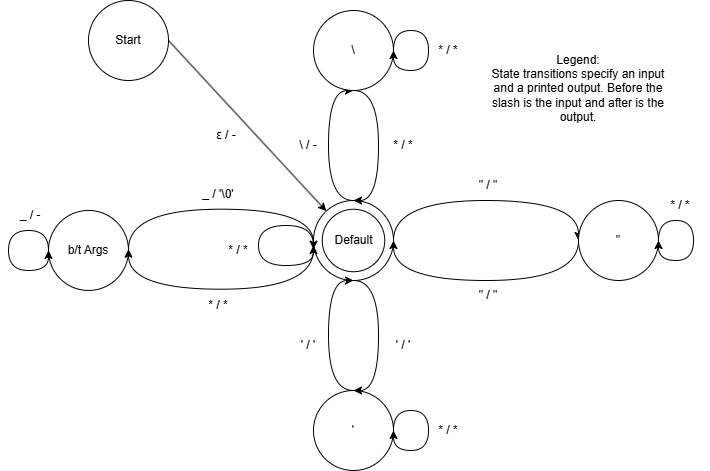
The draw.io diagram docs/diagrams/command_parser.png in breponte/Unix-shell, before a commit. Source tidied: cells renumbered, new cells last; positions are measured from the earlier drawing's top-left corner, leaving out a move shared by most shapes. Its diagram source:
```xml
<mxGraphModel>
  <root>
    <mxCell id="0" />
    <mxCell id="1" parent="0" />
    <mxCell id="2" style="rounded=0;jettySize=auto;html=1;exitX=1;exitY=0.5;exitDx=0;exitDy=0;" parent="1" edge="1" source="3" target="6">
      <mxGeometry relative="1" as="geometry" />
    </mxCell>
    <mxCell id="3" value="Start" style="ellipse;whiteSpace=wrap;html=1;" parent="1" vertex="1">
      <mxGeometry x="88" width="80" height="80" as="geometry" />
    </mxCell>
    <mxCell id="4" style="edgeStyle=orthogonalEdgeStyle;rounded=0;jettySize=auto;html=1;exitX=0.5;exitY=0;exitDx=0;exitDy=0;entryX=0.5;entryY=1;entryDx=0;entryDy=0;curved=1;" parent="1" edge="1" source="6" target="8">
      <mxGeometry relative="1" as="geometry">
        <Array as="points">
          <mxPoint x="328" y="200" />
          <mxPoint x="328" y="90" />
        </Array>
      </mxGeometry>
    </mxCell>
    <mxCell id="5" style="edgeStyle=orthogonalEdgeStyle;rounded=0;jettySize=auto;html=1;exitX=1;exitY=0.5;exitDx=0;exitDy=0;entryX=0;entryY=0.5;entryDx=0;entryDy=0;elbow=vertical;curved=1;" parent="1" edge="1" source="6" target="11">
      <mxGeometry relative="1" as="geometry">
        <Array as="points">
          <mxPoint x="393" y="200" />
          <mxPoint x="578" y="200" />
        </Array>
      </mxGeometry>
    </mxCell>
    <mxCell id="6" value="Default" style="ellipse;whiteSpace=wrap;html=1;" parent="1" vertex="1">
      <mxGeometry x="313" y="200" width="80" height="80" as="geometry" />
    </mxCell>
    <mxCell id="7" style="edgeStyle=orthogonalEdgeStyle;rounded=0;jettySize=auto;html=1;exitX=0.5;exitY=1;exitDx=0;exitDy=0;entryX=0.5;entryY=0;entryDx=0;entryDy=0;curved=1;" parent="1" edge="1" source="8" target="6">
      <mxGeometry relative="1" as="geometry">
        <Array as="points">
          <mxPoint x="378" y="90" />
          <mxPoint x="378" y="200" />
        </Array>
      </mxGeometry>
    </mxCell>
    <mxCell id="8" value="\" style="ellipse;whiteSpace=wrap;html=1;" parent="1" vertex="1">
      <mxGeometry x="313" y="10" width="80" height="80" as="geometry" />
    </mxCell>
    <mxCell id="9" value="'" style="ellipse;whiteSpace=wrap;html=1;" parent="1" vertex="1">
      <mxGeometry x="313" y="390" width="80" height="80" as="geometry" />
    </mxCell>
    <mxCell id="10" style="edgeStyle=orthogonalEdgeStyle;rounded=0;jettySize=auto;html=1;exitX=0;exitY=0.5;exitDx=0;exitDy=0;entryX=1;entryY=0.5;entryDx=0;entryDy=0;curved=1;" parent="1" edge="1" source="11" target="6">
      <mxGeometry relative="1" as="geometry">
        <Array as="points">
          <mxPoint x="578" y="280" />
          <mxPoint x="393" y="280" />
        </Array>
      </mxGeometry>
    </mxCell>
    <mxCell id="11" value="&quot;" style="ellipse;whiteSpace=wrap;html=1;" parent="1" vertex="1">
      <mxGeometry x="578" y="200" width="80" height="80" as="geometry" />
    </mxCell>
    <mxCell id="12" style="edgeStyle=orthogonalEdgeStyle;rounded=0;orthogonalLoop=1;jettySize=auto;html=1;exitX=0.5;exitY=0;exitDx=0;exitDy=0;entryX=0.5;entryY=1;entryDx=0;entryDy=0;curved=1;" parent="1" edge="1">
      <mxGeometry relative="1" as="geometry">
        <mxPoint x="353" y="390" as="sourcePoint" />
        <mxPoint x="353" y="280" as="targetPoint" />
        <Array as="points">
          <mxPoint x="328" y="390" />
          <mxPoint x="328" y="280" />
        </Array>
      </mxGeometry>
    </mxCell>
    <mxCell id="13" style="edgeStyle=orthogonalEdgeStyle;rounded=0;orthogonalLoop=1;jettySize=auto;html=1;exitX=0.5;exitY=1;exitDx=0;exitDy=0;entryX=0.5;entryY=0;entryDx=0;entryDy=0;curved=1;" parent="1" edge="1">
      <mxGeometry relative="1" as="geometry">
        <mxPoint x="353" y="280" as="sourcePoint" />
        <mxPoint x="353" y="390" as="targetPoint" />
        <Array as="points">
          <mxPoint x="378" y="280" />
          <mxPoint x="378" y="390" />
        </Array>
      </mxGeometry>
    </mxCell>
    <mxCell id="14" value="ε / -" style="text;html=1;whiteSpace=wrap;strokeColor=none;fillColor=none;align=center;verticalAlign=middle;rounded=0;" parent="1" vertex="1">
      <mxGeometry x="195.5" y="120" width="60" height="30" as="geometry" />
    </mxCell>
    <mxCell id="15" value="\ / -" style="text;html=1;whiteSpace=wrap;strokeColor=none;fillColor=none;align=center;verticalAlign=middle;rounded=0;" parent="1" vertex="1">
      <mxGeometry x="278" y="130" width="60" height="30" as="geometry" />
    </mxCell>
    <mxCell id="16" value="* / *" style="text;html=1;whiteSpace=wrap;strokeColor=none;fillColor=none;align=center;verticalAlign=middle;rounded=0;" parent="1" vertex="1">
      <mxGeometry x="373" y="130" width="60" height="30" as="geometry" />
    </mxCell>
    <mxCell id="17" value="' / '" style="text;html=1;whiteSpace=wrap;strokeColor=none;fillColor=none;align=center;verticalAlign=middle;rounded=0;" parent="1" vertex="1">
      <mxGeometry x="278" y="330" width="60" height="30" as="geometry" />
    </mxCell>
    <mxCell id="18" value="' / '" style="text;html=1;whiteSpace=wrap;strokeColor=none;fillColor=none;align=center;verticalAlign=middle;rounded=0;" parent="1" vertex="1">
      <mxGeometry x="373" y="330" width="60" height="30" as="geometry" />
    </mxCell>
    <mxCell id="19" value="&quot; / &quot;" style="text;html=1;whiteSpace=wrap;strokeColor=none;fillColor=none;align=center;verticalAlign=middle;rounded=0;" parent="1" vertex="1">
      <mxGeometry x="458" y="170" width="60" height="30" as="geometry" />
    </mxCell>
    <mxCell id="20" value="&quot; / &quot;" style="text;html=1;whiteSpace=wrap;strokeColor=none;fillColor=none;align=center;verticalAlign=middle;rounded=0;" parent="1" vertex="1">
      <mxGeometry x="458" y="280" width="60" height="30" as="geometry" />
    </mxCell>
    <mxCell id="21" value="Default" style="ellipse;whiteSpace=wrap;html=1;" parent="1" vertex="1">
      <mxGeometry x="321.8" y="208.8" width="62.5" height="62.5" as="geometry" />
    </mxCell>
    <mxCell id="22" value="* / *" style="text;html=1;whiteSpace=wrap;strokeColor=none;fillColor=none;align=center;verticalAlign=middle;rounded=0;" parent="1" vertex="1">
      <mxGeometry x="208" y="234.9" width="60" height="30" as="geometry" />
    </mxCell>
    <mxCell id="23" style="edgeStyle=orthogonalEdgeStyle;rounded=0;orthogonalLoop=1;jettySize=auto;html=1;exitX=1;exitY=0.5;exitDx=0;exitDy=0;entryX=1;entryY=0.5;entryDx=0;entryDy=0;curved=1;" parent="1" edge="1" source="8" target="8">
      <mxGeometry relative="1" as="geometry">
        <Array as="points">
          <mxPoint x="393" y="30" />
          <mxPoint x="428" y="30" />
          <mxPoint x="428" y="70" />
          <mxPoint x="393" y="70" />
        </Array>
      </mxGeometry>
    </mxCell>
    <mxCell id="24" value="* / *" style="text;html=1;whiteSpace=wrap;strokeColor=none;fillColor=none;align=center;verticalAlign=middle;rounded=0;" parent="1" vertex="1">
      <mxGeometry x="418" y="35" width="60" height="30" as="geometry" />
    </mxCell>
    <mxCell id="25" style="edgeStyle=orthogonalEdgeStyle;rounded=0;orthogonalLoop=1;jettySize=auto;html=1;exitX=1;exitY=0.5;exitDx=0;exitDy=0;entryX=1;entryY=0.5;entryDx=0;entryDy=0;curved=1;" parent="1" edge="1">
      <mxGeometry relative="1" as="geometry">
        <mxPoint x="658" y="240" as="sourcePoint" />
        <mxPoint x="658" y="240" as="targetPoint" />
        <Array as="points">
          <mxPoint x="658" y="220" />
          <mxPoint x="693" y="220" />
          <mxPoint x="693" y="260" />
          <mxPoint x="658" y="260" />
        </Array>
      </mxGeometry>
    </mxCell>
    <mxCell id="26" value="* / *" style="text;html=1;whiteSpace=wrap;strokeColor=none;fillColor=none;align=center;verticalAlign=middle;rounded=0;" parent="1" vertex="1">
      <mxGeometry x="650" y="190" width="60" height="30" as="geometry" />
    </mxCell>
    <mxCell id="27" style="edgeStyle=orthogonalEdgeStyle;rounded=0;orthogonalLoop=1;jettySize=auto;html=1;exitX=1;exitY=0.5;exitDx=0;exitDy=0;entryX=1;entryY=0.5;entryDx=0;entryDy=0;curved=1;" parent="1" edge="1">
      <mxGeometry relative="1" as="geometry">
        <mxPoint x="393" y="430" as="sourcePoint" />
        <mxPoint x="393" y="430" as="targetPoint" />
        <Array as="points">
          <mxPoint x="393" y="410" />
          <mxPoint x="428" y="410" />
          <mxPoint x="428" y="450" />
          <mxPoint x="393" y="450" />
        </Array>
      </mxGeometry>
    </mxCell>
    <mxCell id="28" value="* / *" style="text;html=1;whiteSpace=wrap;strokeColor=none;fillColor=none;align=center;verticalAlign=middle;rounded=0;" parent="1" vertex="1">
      <mxGeometry x="418" y="415" width="60" height="30" as="geometry" />
    </mxCell>
    <mxCell id="29" value="Legend:&lt;div&gt;State transitions specify an input and a printed output. Before the slash is the input and after is the output.&lt;/div&gt;" style="text;html=1;whiteSpace=wrap;strokeColor=none;fillColor=none;align=center;verticalAlign=middle;rounded=0;" parent="1" vertex="1">
      <mxGeometry x="488" y="25" width="180" height="125" as="geometry" />
    </mxCell>
    <mxCell id="30" value="b/t Args" style="ellipse;whiteSpace=wrap;html=1;" parent="1" vertex="1">
      <mxGeometry x="48" y="209.9" width="80" height="80" as="geometry" />
    </mxCell>
    <mxCell id="31" style="edgeStyle=orthogonalEdgeStyle;rounded=0;orthogonalLoop=1;jettySize=auto;html=1;exitX=1;exitY=0.5;exitDx=0;exitDy=0;entryX=0;entryY=0.5;entryDx=0;entryDy=0;elbow=vertical;curved=1;" parent="1" edge="1">
      <mxGeometry relative="1" as="geometry">
        <mxPoint x="128" y="248.7" as="sourcePoint" />
        <mxPoint x="313" y="248.7" as="targetPoint" />
        <Array as="points">
          <mxPoint x="128" y="208.7" />
          <mxPoint x="313" y="208.7" />
        </Array>
      </mxGeometry>
    </mxCell>
    <mxCell id="32" style="edgeStyle=orthogonalEdgeStyle;rounded=0;orthogonalLoop=1;jettySize=auto;html=1;exitX=0;exitY=0.5;exitDx=0;exitDy=0;entryX=1;entryY=0.5;entryDx=0;entryDy=0;curved=1;" parent="1" edge="1">
      <mxGeometry relative="1" as="geometry">
        <mxPoint x="313" y="248.7" as="sourcePoint" />
        <mxPoint x="128" y="248.7" as="targetPoint" />
        <Array as="points">
          <mxPoint x="313" y="288.7" />
          <mxPoint x="128" y="288.7" />
        </Array>
      </mxGeometry>
    </mxCell>
    <mxCell id="33" style="edgeStyle=orthogonalEdgeStyle;rounded=0;orthogonalLoop=1;jettySize=auto;html=1;exitX=1;exitY=0.5;exitDx=0;exitDy=0;entryX=1;entryY=0.5;entryDx=0;entryDy=0;curved=1;" parent="1" edge="1">
      <mxGeometry relative="1" as="geometry">
        <mxPoint x="313" y="245" as="sourcePoint" />
        <mxPoint x="313" y="245" as="targetPoint" />
        <Array as="points">
          <mxPoint x="313" y="225" />
          <mxPoint x="258" y="225" />
          <mxPoint x="258" y="265" />
          <mxPoint x="313" y="265" />
        </Array>
      </mxGeometry>
    </mxCell>
    <mxCell id="34" value="_ / '\0'" style="text;html=1;whiteSpace=wrap;strokeColor=none;fillColor=none;align=center;verticalAlign=middle;rounded=0;" parent="1" vertex="1">
      <mxGeometry x="188" y="178.8" width="60" height="30" as="geometry" />
    </mxCell>
    <mxCell id="35" value="* / *" style="text;html=1;whiteSpace=wrap;strokeColor=none;fillColor=none;align=center;verticalAlign=middle;rounded=0;" parent="1" vertex="1">
      <mxGeometry x="188" y="289.9" width="60" height="30" as="geometry" />
    </mxCell>
    <mxCell id="36" style="edgeStyle=orthogonalEdgeStyle;rounded=0;orthogonalLoop=1;jettySize=auto;html=1;exitX=1;exitY=0.5;exitDx=0;exitDy=0;entryX=1;entryY=0.5;entryDx=0;entryDy=0;curved=1;" parent="1" edge="1">
      <mxGeometry relative="1" as="geometry">
        <mxPoint x="48" y="249.9" as="sourcePoint" />
        <mxPoint x="48" y="249.9" as="targetPoint" />
        <Array as="points">
          <mxPoint x="48" y="229.9" />
          <mxPoint x="8" y="229.9" />
          <mxPoint x="8" y="269.9" />
          <mxPoint x="48" y="269.9" />
        </Array>
      </mxGeometry>
    </mxCell>
    <mxCell id="37" value="_ / -" style="text;html=1;whiteSpace=wrap;strokeColor=none;fillColor=none;align=center;verticalAlign=middle;rounded=0;" parent="1" vertex="1">
      <mxGeometry y="200" width="60" height="30" as="geometry" />
    </mxCell>
  </root>
</mxGraphModel>
```
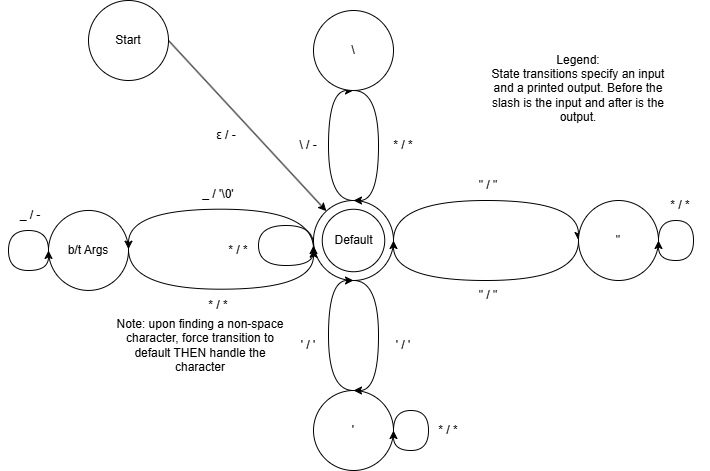
After the change.

Commit message:
docs: fix command_parser.png diagram for loops

What changed in the source:
```diff
@@ -99,19 +99,6 @@
     <mxCell id="22" value="* / *" style="text;html=1;whiteSpace=wrap;strokeColor=none;fillColor=none;align=center;verticalAlign=middle;rounded=0;" parent="1" vertex="1">
       <mxGeometry x="208" y="234.9" width="60" height="30" as="geometry" />
     </mxCell>
-    <mxCell id="23" style="edgeStyle=orthogonalEdgeStyle;rounded=0;orthogonalLoop=1;jettySize=auto;html=1;exitX=1;exitY=0.5;exitDx=0;exitDy=0;entryX=1;entryY=0.5;entryDx=0;entryDy=0;curved=1;" parent="1" edge="1" source="8" target="8">
-      <mxGeometry relative="1" as="geometry">
-        <Array as="points">
-          <mxPoint x="393" y="30" />
-          <mxPoint x="428" y="30" />
-          <mxPoint x="428" y="70" />
-          <mxPoint x="393" y="70" />
-        </Array>
-      </mxGeometry>
-    </mxCell>
-    <mxCell id="24" value="* / *" style="text;html=1;whiteSpace=wrap;strokeColor=none;fillColor=none;align=center;verticalAlign=middle;rounded=0;" parent="1" vertex="1">
-      <mxGeometry x="418" y="35" width="60" height="30" as="geometry" />
-    </mxCell>
     <mxCell id="25" style="edgeStyle=orthogonalEdgeStyle;rounded=0;orthogonalLoop=1;jettySize=auto;html=1;exitX=1;exitY=0.5;exitDx=0;exitDy=0;entryX=1;entryY=0.5;entryDx=0;entryDy=0;curved=1;" parent="1" edge="1">
       <mxGeometry relative="1" as="geometry">
         <mxPoint x="658" y="240" as="sourcePoint" />
@@ -150,21 +137,21 @@
     </mxCell>
     <mxCell id="31" style="edgeStyle=orthogonalEdgeStyle;rounded=0;orthogonalLoop=1;jettySize=auto;html=1;exitX=1;exitY=0.5;exitDx=0;exitDy=0;entryX=0;entryY=0.5;entryDx=0;entryDy=0;elbow=vertical;curved=1;" parent="1" edge="1">
       <mxGeometry relative="1" as="geometry">
-        <mxPoint x="128" y="248.7" as="sourcePoint" />
-        <mxPoint x="313" y="248.7" as="targetPoint" />
+        <mxPoint x="313" y="248.7" as="sourcePoint" />
+        <mxPoint x="128" y="248.7" as="targetPoint" />
         <Array as="points">
+          <mxPoint x="313" y="208.7" />
           <mxPoint x="128" y="208.7" />
-          <mxPoint x="313" y="208.7" />
         </Array>
       </mxGeometry>
     </mxCell>
     <mxCell id="32" style="edgeStyle=orthogonalEdgeStyle;rounded=0;orthogonalLoop=1;jettySize=auto;html=1;exitX=0;exitY=0.5;exitDx=0;exitDy=0;entryX=1;entryY=0.5;entryDx=0;entryDy=0;curved=1;" parent="1" edge="1">
       <mxGeometry relative="1" as="geometry">
-        <mxPoint x="313" y="248.7" as="sourcePoint" />
-        <mxPoint x="128" y="248.7" as="targetPoint" />
+        <mxPoint x="128" y="248.7" as="sourcePoint" />
+        <mxPoint x="313" y="248.7" as="targetPoint" />
         <Array as="points">
+          <mxPoint x="128" y="288.7" />
           <mxPoint x="313" y="288.7" />
-          <mxPoint x="128" y="288.7" />
         </Array>
       </mxGeometry>
     </mxCell>
@@ -201,5 +188,8 @@
     <mxCell id="37" value="_ / -" style="text;html=1;whiteSpace=wrap;strokeColor=none;fillColor=none;align=center;verticalAlign=middle;rounded=0;" parent="1" vertex="1">
       <mxGeometry y="200" width="60" height="30" as="geometry" />
     </mxCell>
+    <mxCell id="38" value="Note: upon finding a non-space character, force transition to default THEN handle the character" style="text;html=1;whiteSpace=wrap;strokeColor=none;fillColor=none;align=center;verticalAlign=middle;rounded=0;" parent="1" vertex="1">
+      <mxGeometry x="110" y="282.5" width="180" height="125" as="geometry" />
+    </mxCell>
   </root>
 </mxGraphModel>
```
